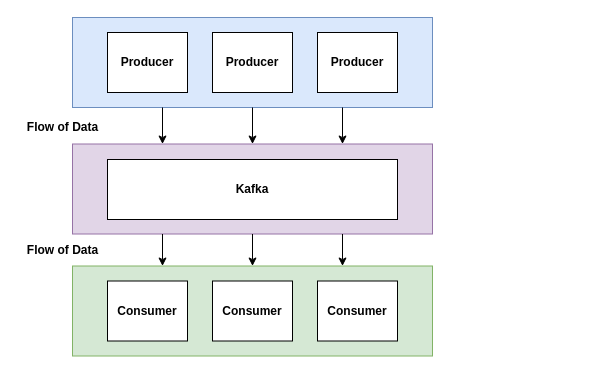
Earlier version of the draw.io diagram KafkaGeneralDiagram.drawio (springzen/Kafka-Series). Source tidied: cells renumbered, new cells numbered last; positions are measured from the earlier drawing's top-left corner, leaving out a move shared by most shapes. Both pictures are drawn from the tidied source at 100%, with x=0, y=0 at pixel (17, 17).
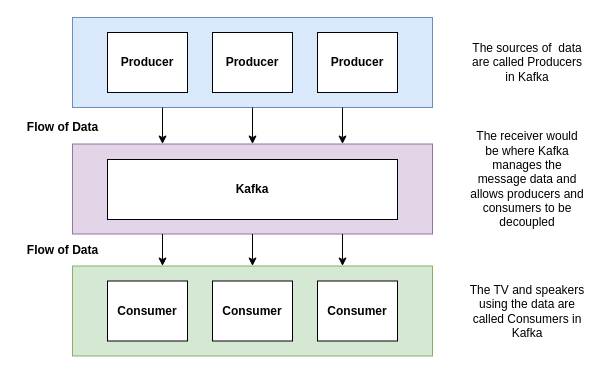
The same diagram, later.

The edit, as a diff of the source:
```diff
@@
+    <mxCell id="20" value="The sources of&amp;nbsp; data are called Producers in Kafka" style="text;html=1;strokeColor=none;fillColor=none;align=center;verticalAlign=middle;whiteSpace=wrap;rounded=0;" parent="1" vertex="1">
+      <mxGeometry x="450" y="35" width="120" height="20" as="geometry" />
+    </mxCell>
+    <mxCell id="21" value="The TV and speakers using the data are called Consumers in Kafka" style="text;html=1;strokeColor=none;fillColor=none;align=center;verticalAlign=middle;whiteSpace=wrap;rounded=0;" parent="1" vertex="1">
+      <mxGeometry x="450" y="283.5" width="120" height="20" as="geometry" />
+    </mxCell>
+    <mxCell id="22" value="The receiver would be where Kafka manages the message data and allows producers and consumers to be decoupled" style="text;html=1;strokeColor=none;fillColor=none;align=center;verticalAlign=middle;whiteSpace=wrap;rounded=0;" parent="1" vertex="1">
+      <mxGeometry x="450" y="152" width="120" height="20" as="geometry" />
+    </mxCell>
```
